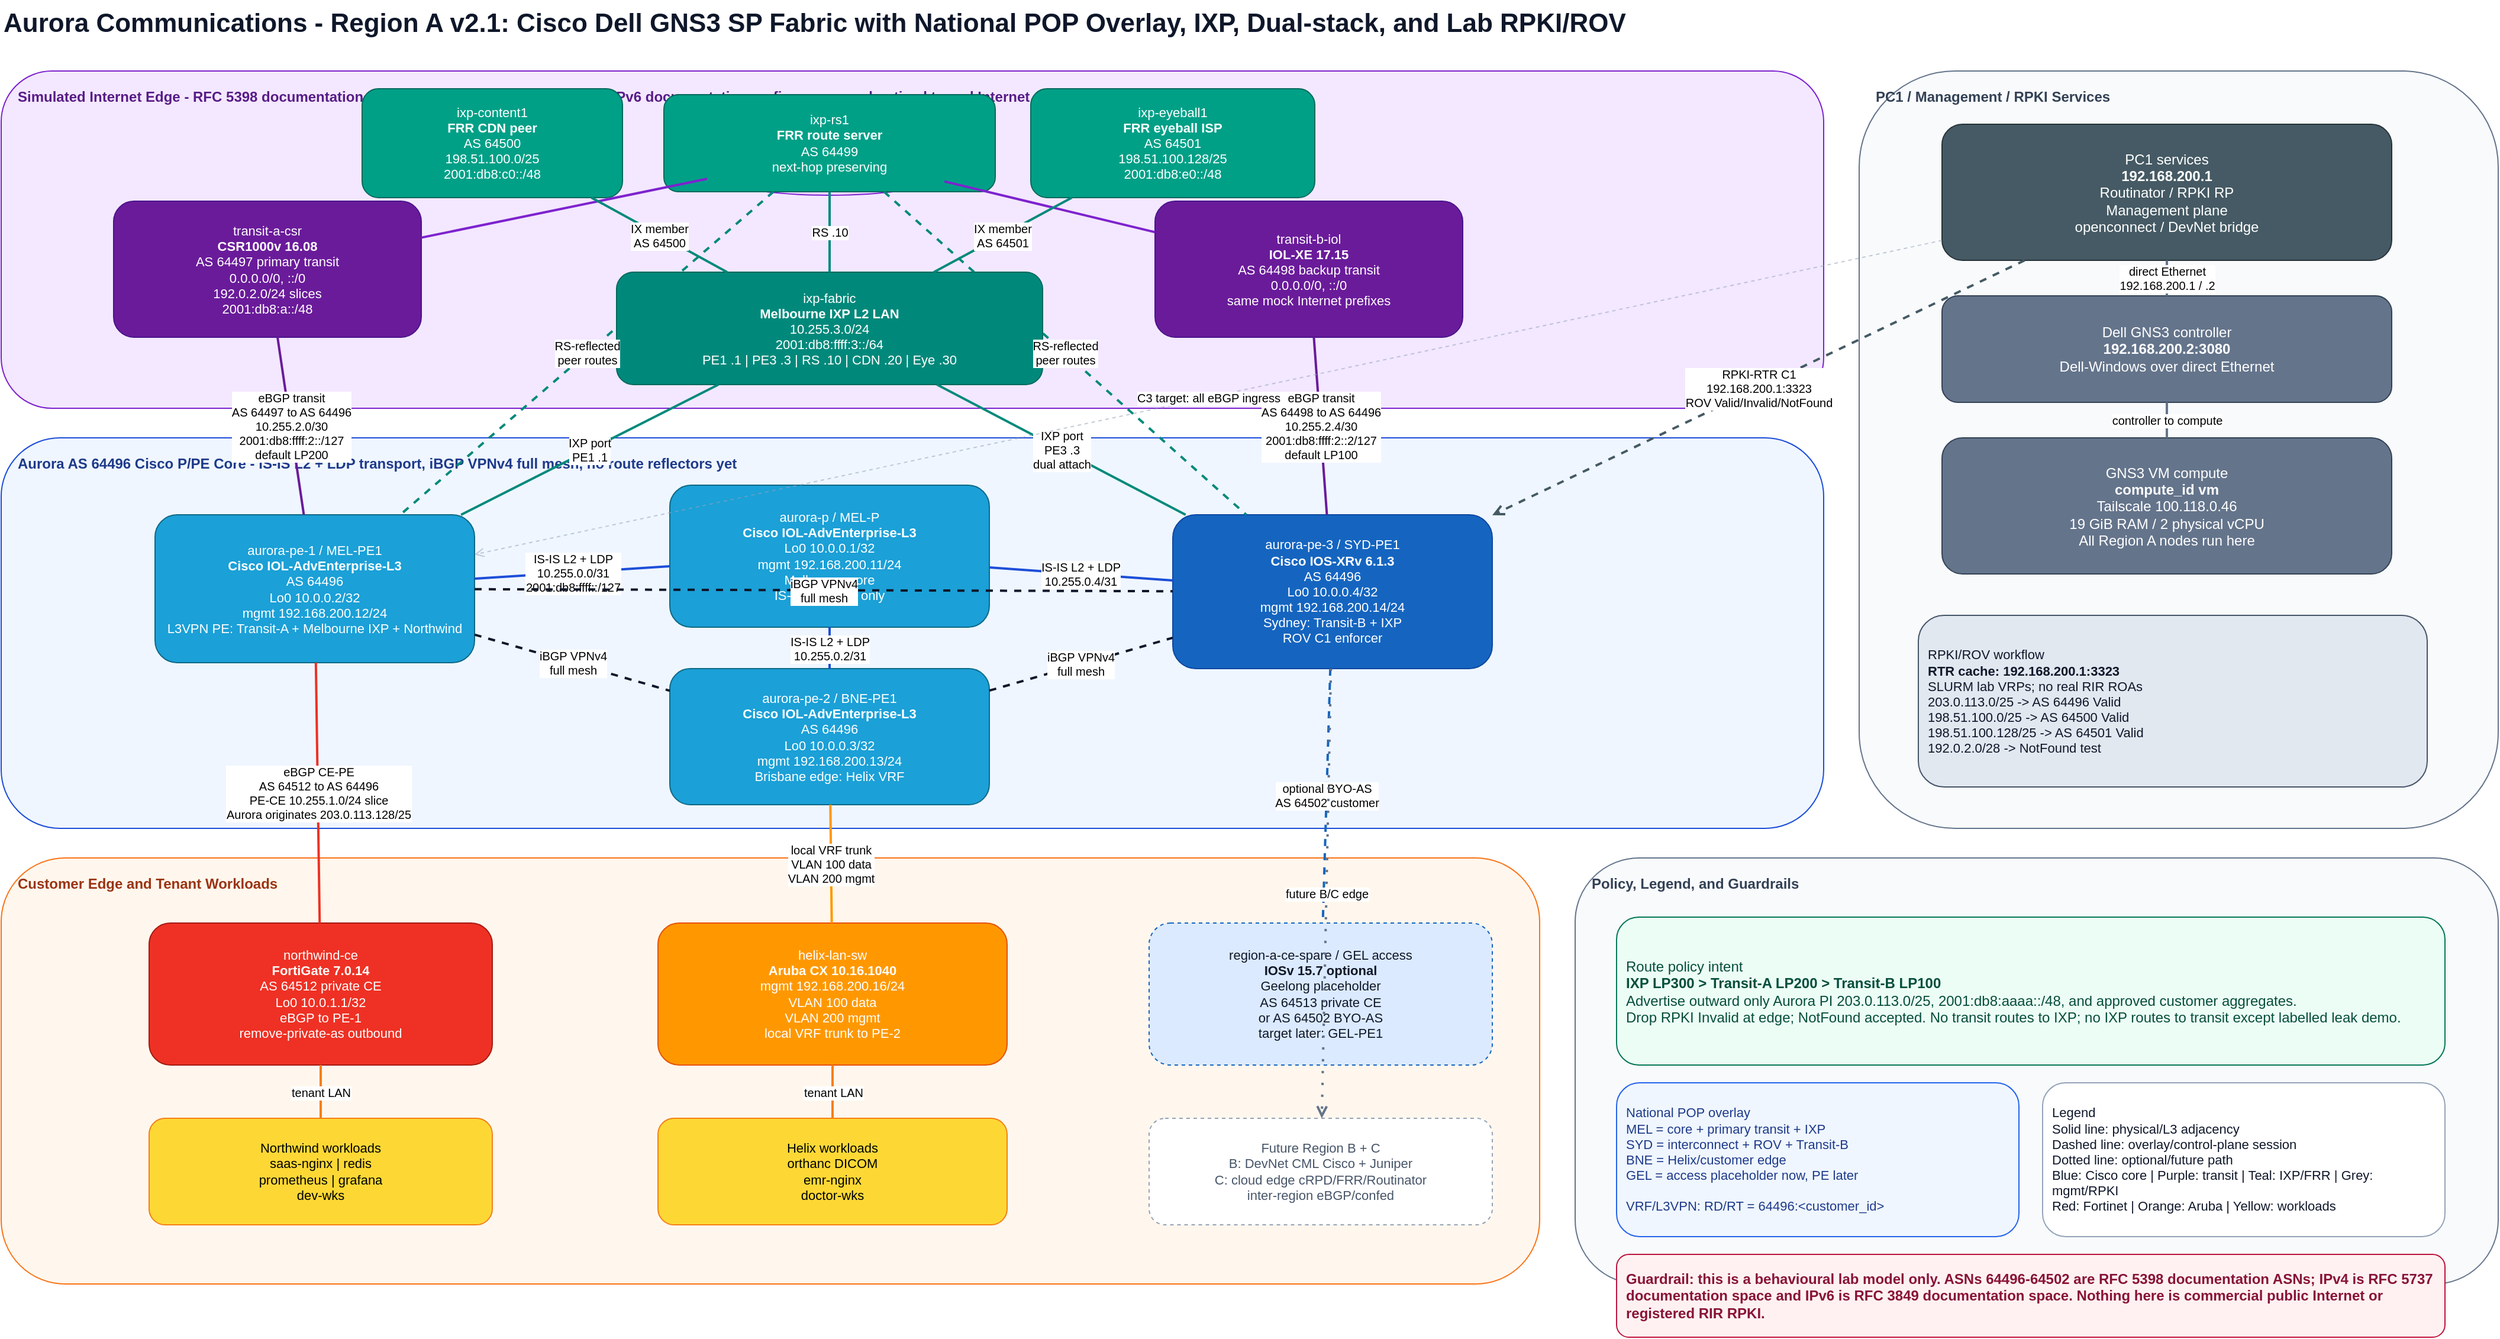
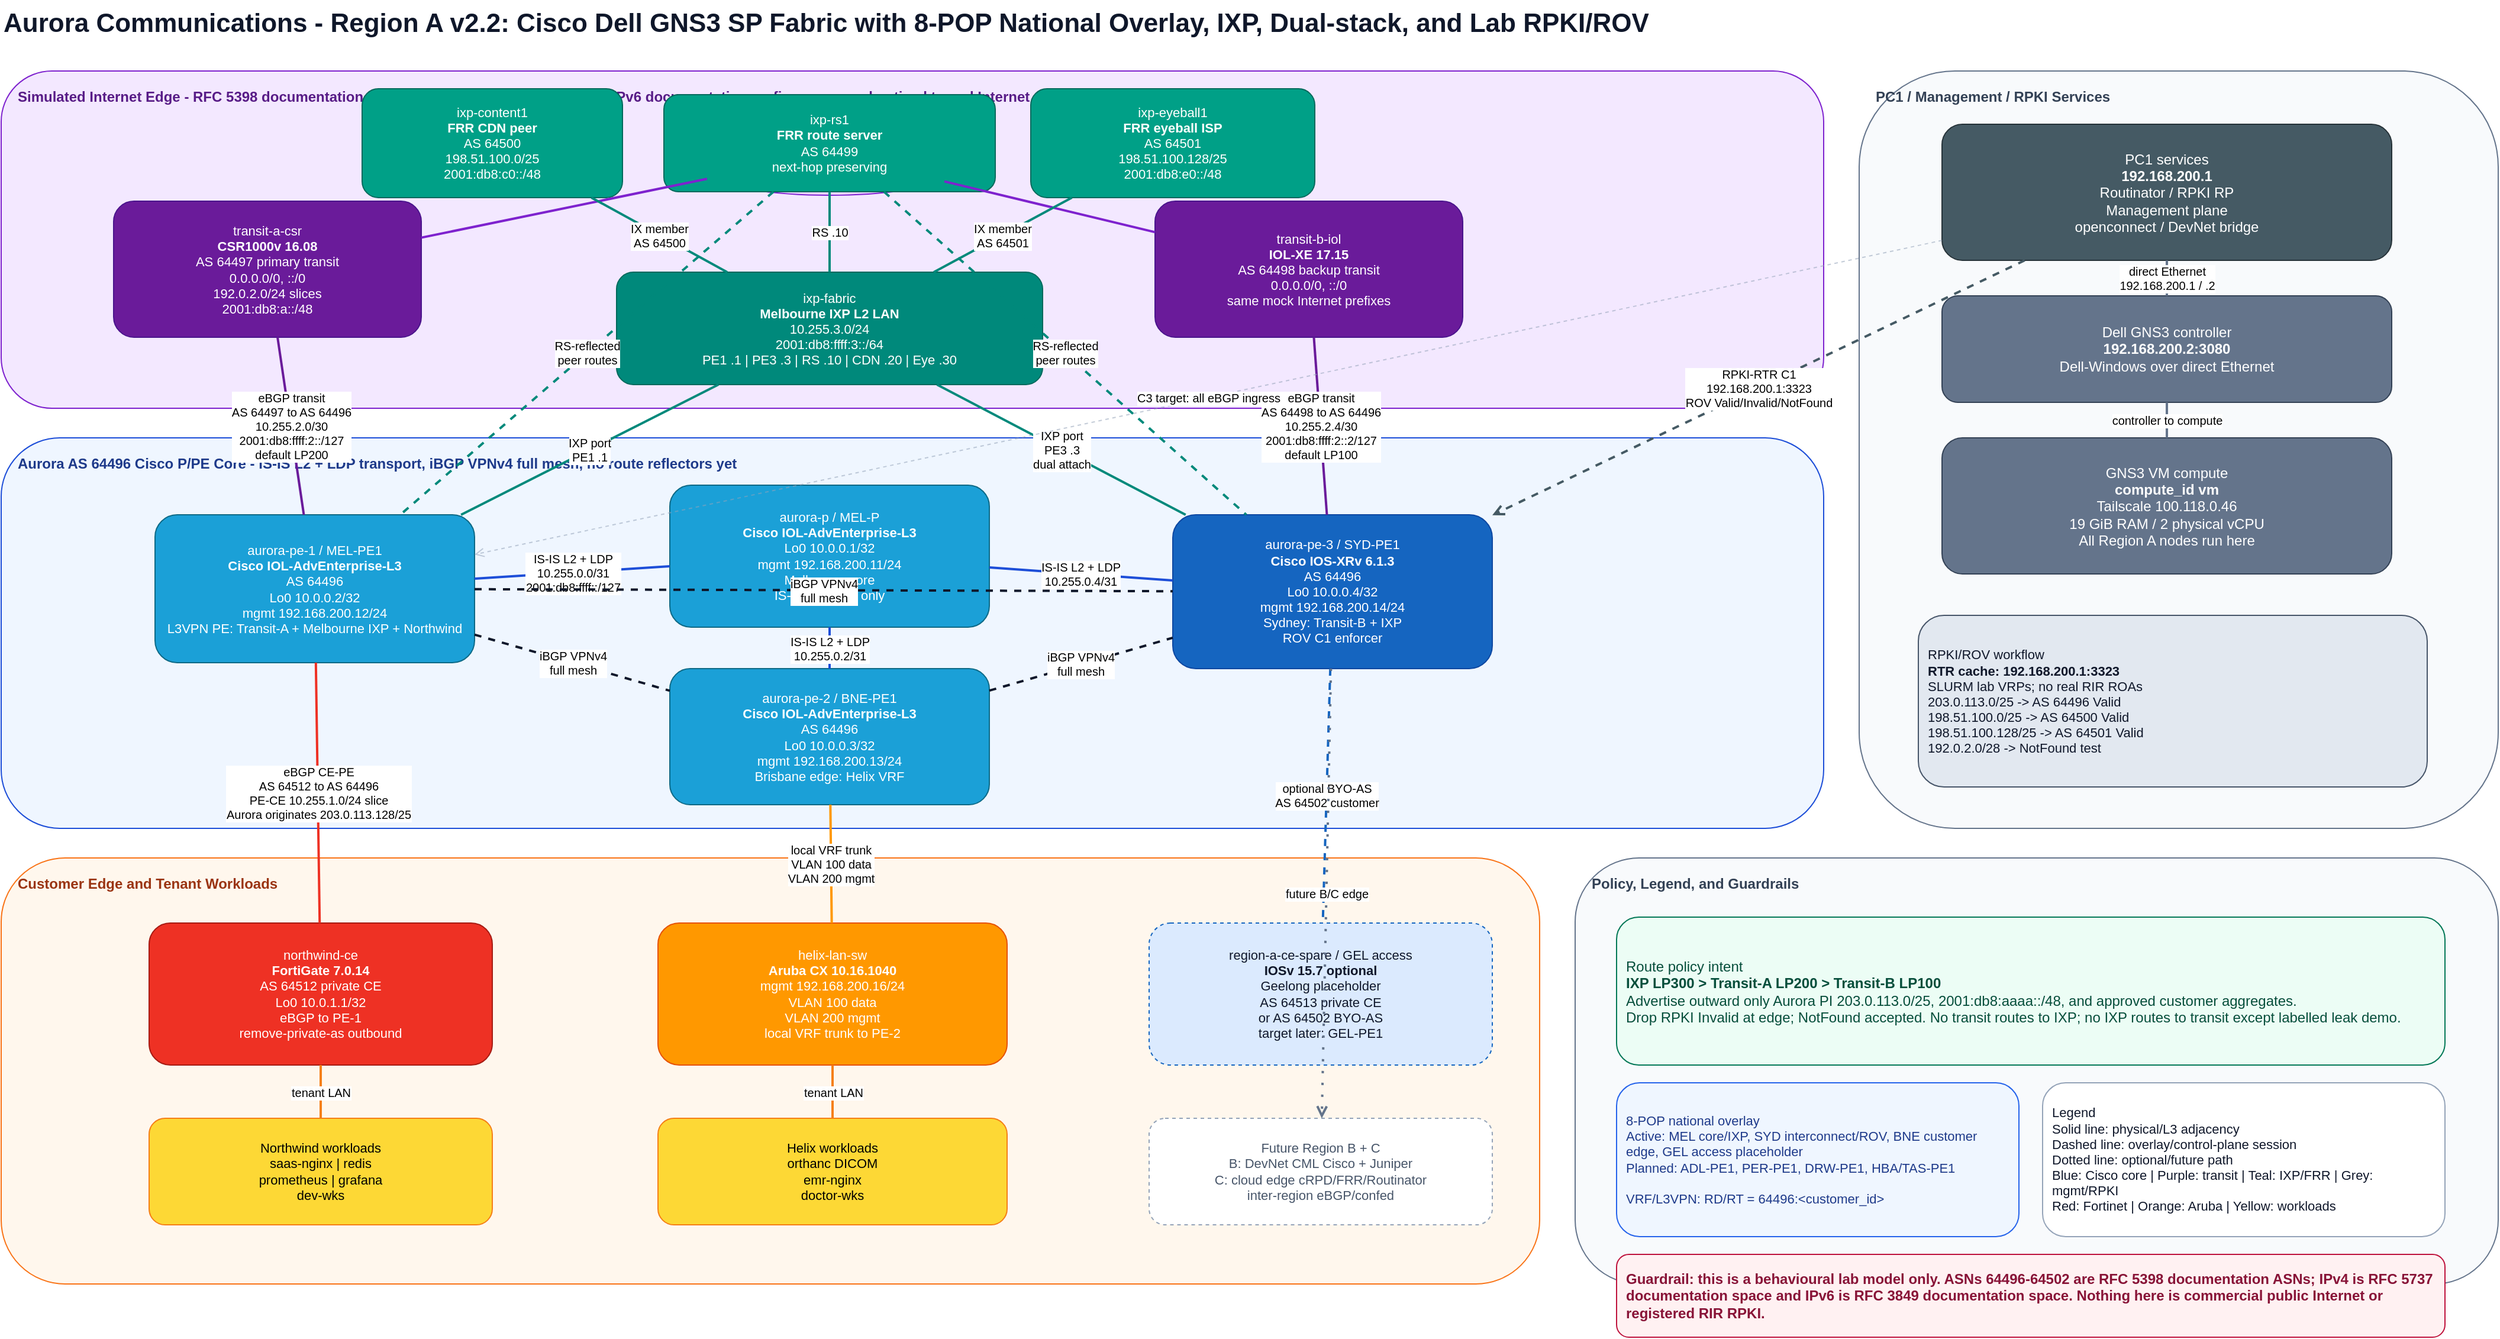
<mxfile host="app.diagrams.net" modified="2026-06-10T00:00:00.000Z" agent="Codex" version="24.7.17" type="device">
-   <diagram id="region-a-v21" name="Region A v2.1">
+   <diagram id="region-a-v22" name="Region A v2.2">
    <mxGraphModel dx="2200" dy="1300" grid="1" gridSize="10" guides="1" tooltips="1" connect="1" arrows="1" fold="1" page="1" pageScale="1" pageWidth="2200" pageHeight="1280" math="0" shadow="0">
      <root>
        <mxCell id="0" />
        <mxCell id="1" parent="0" />
-         <mxCell id="title" value="Aurora Communications - Region A v2.1: Cisco Dell GNS3 SP Fabric with National POP Overlay, IXP, Dual-stack, and Lab RPKI/ROV" style="text;html=1;strokeColor=none;fillColor=none;align=left;verticalAlign=middle;whiteSpace=wrap;rounded=0;fontSize=22;fontStyle=1;fontColor=#0f172a;" vertex="1" parent="1">
+         <mxCell id="title" value="Aurora Communications - Region A v2.2: Cisco Dell GNS3 SP Fabric with 8-POP National Overlay, IXP, Dual-stack, and Lab RPKI/ROV" style="text;html=1;strokeColor=none;fillColor=none;align=left;verticalAlign=middle;whiteSpace=wrap;rounded=0;fontSize=22;fontStyle=1;fontColor=#0f172a;" vertex="1" parent="1">
          <mxGeometry x="40" y="20" width="2100" height="40" as="geometry" />
        </mxCell>
        <mxCell id="inet-bg" value="Simulated Internet Edge - RFC 5398 documentation ASNs, RFC 5737 IPv4 and RFC 3849 IPv6 documentation prefixes; never advertised to real Internet" style="rounded=1;whiteSpace=wrap;html=1;fillColor=#f3e8ff;strokeColor=#7e22ce;fontColor=#581c87;fontStyle=1;align=left;verticalAlign=top;spacingTop=8;spacingLeft=12;" vertex="1" parent="1">
          <mxGeometry x="40" y="80" width="1540" height="285" as="geometry" />
        </mxCell>
        <mxCell id="core-bg" value="Aurora AS 64496 Cisco P/PE Core - IS-IS L2 + LDP transport, iBGP VPNv4 full mesh, no route reflectors yet" style="rounded=1;whiteSpace=wrap;html=1;fillColor=#eff6ff;strokeColor=#1d4ed8;fontColor=#1e3a8a;fontStyle=1;align=left;verticalAlign=top;spacingTop=8;spacingLeft=12;" vertex="1" parent="1">
          <mxGeometry x="40" y="390" width="1540" height="330" as="geometry" />
        </mxCell>
        <mxCell id="cust-bg" value="Customer Edge and Tenant Workloads" style="rounded=1;whiteSpace=wrap;html=1;fillColor=#fff7ed;strokeColor=#f97316;fontColor=#9a3412;fontStyle=1;align=left;verticalAlign=top;spacingTop=8;spacingLeft=12;" vertex="1" parent="1">
          <mxGeometry x="40" y="745" width="1300" height="360" as="geometry" />
        </mxCell>
        <mxCell id="mgmt-bg" value="PC1 / Management / RPKI Services" style="rounded=1;whiteSpace=wrap;html=1;fillColor=#f8fafc;strokeColor=#64748b;fontColor=#334155;fontStyle=1;align=left;verticalAlign=top;spacingTop=8;spacingLeft=12;" vertex="1" parent="1">
          <mxGeometry x="1610" y="80" width="540" height="640" as="geometry" />
        </mxCell>
        <mxCell id="notes-bg" value="Policy, Legend, and Guardrails" style="rounded=1;whiteSpace=wrap;html=1;fillColor=#f8fafc;strokeColor=#64748b;fontColor=#334155;fontStyle=1;align=left;verticalAlign=top;spacingTop=8;spacingLeft=12;" vertex="1" parent="1">
          <mxGeometry x="1370" y="745" width="780" height="360" as="geometry" />
        </mxCell>

        <mxCell id="sim-internet" value="Simulated Internet&lt;br&gt;&lt;font style=&quot;font-size: 10px;&quot;&gt;default + mock Internet prefixes&lt;/font&gt;" style="ellipse;whiteSpace=wrap;html=1;fillColor=#e9d5ff;strokeColor=#7e22ce;fontColor=#3b0764;fontStyle=1;" vertex="1" parent="1">
          <mxGeometry x="610" y="115" width="260" height="70" as="geometry" />
        </mxCell>
        <mxCell id="transit-a" value="transit-a-csr&lt;br&gt;&lt;b&gt;CSR1000v 16.08&lt;/b&gt;&lt;br&gt;AS 64497 primary transit&lt;br&gt;0.0.0.0/0, ::/0&lt;br&gt;192.0.2.0/24 slices&lt;br&gt;2001:db8:a::/48" style="rounded=1;whiteSpace=wrap;html=1;fillColor=#6a1b9a;strokeColor=#4a148c;fontColor=#ffffff;fontSize=11;spacing=4;" vertex="1" parent="1">
          <mxGeometry x="135" y="190" width="260" height="115" as="geometry" />
        </mxCell>
        <mxCell id="transit-b" value="transit-b-iol&lt;br&gt;&lt;b&gt;IOL-XE 17.15&lt;/b&gt;&lt;br&gt;AS 64498 backup transit&lt;br&gt;0.0.0.0/0, ::/0&lt;br&gt;same mock Internet prefixes" style="rounded=1;whiteSpace=wrap;html=1;fillColor=#6a1b9a;strokeColor=#4a148c;fontColor=#ffffff;fontSize=11;spacing=4;" vertex="1" parent="1">
          <mxGeometry x="1015" y="190" width="260" height="115" as="geometry" />
        </mxCell>
        <mxCell id="ixp-fabric" value="ixp-fabric&lt;br&gt;&lt;b&gt;Melbourne IXP L2 LAN&lt;/b&gt;&lt;br&gt;10.255.3.0/24&lt;br&gt;2001:db8:ffff:3::/64&lt;br&gt;PE1 .1 | PE3 .3 | RS .10 | CDN .20 | Eye .30" style="rounded=1;whiteSpace=wrap;html=1;fillColor=#00897b;strokeColor=#00695c;fontColor=#ffffff;fontSize=11;spacing=4;" vertex="1" parent="1">
          <mxGeometry x="560" y="250" width="360" height="95" as="geometry" />
        </mxCell>
        <mxCell id="ixp-rs" value="ixp-rs1&lt;br&gt;&lt;b&gt;FRR route server&lt;/b&gt;&lt;br&gt;AS 64499&lt;br&gt;next-hop preserving" style="rounded=1;whiteSpace=wrap;html=1;fillColor=#00a087;strokeColor=#00695c;fontColor=#ffffff;fontSize=11;spacing=4;" vertex="1" parent="1">
          <mxGeometry x="600" y="100" width="280" height="82" as="geometry" />
        </mxCell>
        <mxCell id="ixp-content" value="ixp-content1&lt;br&gt;&lt;b&gt;FRR CDN peer&lt;/b&gt;&lt;br&gt;AS 64500&lt;br&gt;198.51.100.0/25&lt;br&gt;2001:db8:c0::/48" style="rounded=1;whiteSpace=wrap;html=1;fillColor=#00a087;strokeColor=#00695c;fontColor=#ffffff;fontSize=11;spacing=4;" vertex="1" parent="1">
          <mxGeometry x="345" y="95" width="220" height="92" as="geometry" />
        </mxCell>
        <mxCell id="ixp-eyeball" value="ixp-eyeball1&lt;br&gt;&lt;b&gt;FRR eyeball ISP&lt;/b&gt;&lt;br&gt;AS 64501&lt;br&gt;198.51.100.128/25&lt;br&gt;2001:db8:e0::/48" style="rounded=1;whiteSpace=wrap;html=1;fillColor=#00a087;strokeColor=#00695c;fontColor=#ffffff;fontSize=11;spacing=4;" vertex="1" parent="1">
          <mxGeometry x="910" y="95" width="240" height="92" as="geometry" />
        </mxCell>

        <mxCell id="pe1" value="aurora-pe-1 / MEL-PE1&lt;br&gt;&lt;b&gt;Cisco IOL-AdvEnterprise-L3&lt;/b&gt;&lt;br&gt;AS 64496&lt;br&gt;Lo0 10.0.0.2/32&lt;br&gt;mgmt 192.168.200.12/24&lt;br&gt;L3VPN PE: Transit-A + Melbourne IXP + Northwind" style="rounded=1;whiteSpace=wrap;html=1;fillColor=#1ba0d7;strokeColor=#0d6986;fontColor=#ffffff;fontSize=11;spacing=4;" vertex="1" parent="1">
          <mxGeometry x="170" y="455" width="270" height="125" as="geometry" />
        </mxCell>
        <mxCell id="pe2" value="aurora-pe-2 / BNE-PE1&lt;br&gt;&lt;b&gt;Cisco IOL-AdvEnterprise-L3&lt;/b&gt;&lt;br&gt;AS 64496&lt;br&gt;Lo0 10.0.0.3/32&lt;br&gt;mgmt 192.168.200.13/24&lt;br&gt;Brisbane edge: Helix VRF" style="rounded=1;whiteSpace=wrap;html=1;fillColor=#1ba0d7;strokeColor=#0d6986;fontColor=#ffffff;fontSize=11;spacing=4;" vertex="1" parent="1">
          <mxGeometry x="605" y="585" width="270" height="115" as="geometry" />
        </mxCell>
        <mxCell id="pe3" value="aurora-pe-3 / SYD-PE1&lt;br&gt;&lt;b&gt;Cisco IOS-XRv 6.1.3&lt;/b&gt;&lt;br&gt;AS 64496&lt;br&gt;Lo0 10.0.0.4/32&lt;br&gt;mgmt 192.168.200.14/24&lt;br&gt;Sydney: Transit-B + IXP&lt;br&gt;ROV C1 enforcer" style="rounded=1;whiteSpace=wrap;html=1;fillColor=#1565c0;strokeColor=#0d47a1;fontColor=#ffffff;fontSize=11;spacing=4;" vertex="1" parent="1">
          <mxGeometry x="1030" y="455" width="270" height="130" as="geometry" />
        </mxCell>
        <mxCell id="aurora-p" value="aurora-p / MEL-P&lt;br&gt;&lt;b&gt;Cisco IOL-AdvEnterprise-L3&lt;/b&gt;&lt;br&gt;Lo0 10.0.0.1/32&lt;br&gt;mgmt 192.168.200.11/24&lt;br&gt;Melbourne core&lt;br&gt;IS-IS L2 / LDP only" style="rounded=1;whiteSpace=wrap;html=1;fillColor=#1ba0d7;strokeColor=#0d6986;fontColor=#ffffff;fontSize=11;spacing=4;" vertex="1" parent="1">
          <mxGeometry x="605" y="430" width="270" height="120" as="geometry" />
        </mxCell>

        <mxCell id="northwind-ce" value="northwind-ce&lt;br&gt;&lt;b&gt;FortiGate 7.0.14&lt;/b&gt;&lt;br&gt;AS 64512 private CE&lt;br&gt;Lo0 10.0.1.1/32&lt;br&gt;eBGP to PE-1&lt;br&gt;remove-private-as outbound" style="rounded=1;whiteSpace=wrap;html=1;fillColor=#ee3124;strokeColor=#a61b13;fontColor=#ffffff;fontSize=11;spacing=4;" vertex="1" parent="1">
          <mxGeometry x="165" y="800" width="290" height="120" as="geometry" />
        </mxCell>
        <mxCell id="northwind-workloads" value="Northwind workloads&lt;br&gt;saas-nginx | redis&lt;br&gt;prometheus | grafana&lt;br&gt;dev-wks" style="rounded=1;whiteSpace=wrap;html=1;fillColor=#fdd835;strokeColor=#f57f17;fontColor=#000000;fontSize=11;spacing=4;" vertex="1" parent="1">
          <mxGeometry x="165" y="965" width="290" height="90" as="geometry" />
        </mxCell>
        <mxCell id="helix-lan" value="helix-lan-sw&lt;br&gt;&lt;b&gt;Aruba CX 10.16.1040&lt;/b&gt;&lt;br&gt;mgmt 192.168.200.16/24&lt;br&gt;VLAN 100 data&lt;br&gt;VLAN 200 mgmt&lt;br&gt;local VRF trunk to PE-2" style="rounded=1;whiteSpace=wrap;html=1;fillColor=#ff9800;strokeColor=#e65100;fontColor=#ffffff;fontSize=11;spacing=4;" vertex="1" parent="1">
          <mxGeometry x="595" y="800" width="295" height="120" as="geometry" />
        </mxCell>
        <mxCell id="helix-workloads" value="Helix workloads&lt;br&gt;orthanc DICOM&lt;br&gt;emr-nginx&lt;br&gt;doctor-wks" style="rounded=1;whiteSpace=wrap;html=1;fillColor=#fdd835;strokeColor=#f57f17;fontColor=#000000;fontSize=11;spacing=4;" vertex="1" parent="1">
          <mxGeometry x="595" y="965" width="295" height="90" as="geometry" />
        </mxCell>
        <mxCell id="spare-ce" value="region-a-ce-spare / GEL access&lt;br&gt;&lt;b&gt;IOSv 15.7 optional&lt;/b&gt;&lt;br&gt;Geelong placeholder&lt;br&gt;AS 64513 private CE&lt;br&gt;or AS 64502 BYO-AS&lt;br&gt;target later: GEL-PE1" style="rounded=1;whiteSpace=wrap;html=1;dashed=1;fillColor=#dbeafe;strokeColor=#1565c0;fontColor=#0f172a;fontSize=11;spacing=4;" vertex="1" parent="1">
          <mxGeometry x="1010" y="800" width="290" height="120" as="geometry" />
        </mxCell>
        <mxCell id="region-b-future" value="Future Region B + C&lt;br&gt;B: DevNet CML Cisco + Juniper&lt;br&gt;C: cloud edge cRPD/FRR/Routinator&lt;br&gt;inter-region eBGP/confed" style="rounded=1;whiteSpace=wrap;html=1;dashed=1;fillColor=#ffffff;strokeColor=#94a3b8;fontColor=#475569;fontSize=11;spacing=4;" vertex="1" parent="1">
          <mxGeometry x="1010" y="965" width="290" height="90" as="geometry" />
        </mxCell>

        <mxCell id="pc1" value="PC1 services&lt;br&gt;&lt;b&gt;192.168.200.1&lt;/b&gt;&lt;br&gt;Routinator / RPKI RP&lt;br&gt;Management plane&lt;br&gt;openconnect / DevNet bridge" style="rounded=1;whiteSpace=wrap;html=1;fillColor=#455a64;strokeColor=#263238;fontColor=#ffffff;fontSize=12;spacing=5;" vertex="1" parent="1">
          <mxGeometry x="1680" y="125" width="380" height="115" as="geometry" />
        </mxCell>
        <mxCell id="dell-controller" value="Dell GNS3 controller&lt;br&gt;&lt;b&gt;192.168.200.2:3080&lt;/b&gt;&lt;br&gt;Dell-Windows over direct Ethernet" style="rounded=1;whiteSpace=wrap;html=1;fillColor=#64748b;strokeColor=#334155;fontColor=#ffffff;fontSize=12;spacing=5;" vertex="1" parent="1">
          <mxGeometry x="1680" y="270" width="380" height="90" as="geometry" />
        </mxCell>
        <mxCell id="gns3vm" value="GNS3 VM compute&lt;br&gt;&lt;b&gt;compute_id vm&lt;/b&gt;&lt;br&gt;Tailscale 100.118.0.46&lt;br&gt;19 GiB RAM / 2 physical vCPU&lt;br&gt;All Region A nodes run here" style="rounded=1;whiteSpace=wrap;html=1;fillColor=#64748b;strokeColor=#334155;fontColor=#ffffff;fontSize=12;spacing=5;" vertex="1" parent="1">
          <mxGeometry x="1680" y="390" width="380" height="115" as="geometry" />
        </mxCell>
        <mxCell id="rpki-vrps" value="RPKI/ROV workflow&lt;br&gt;&lt;b&gt;RTR cache: 192.168.200.1:3323&lt;/b&gt;&lt;br&gt;SLURM lab VRPs; no real RIR ROAs&lt;br&gt;203.0.113.0/25 -&gt; AS 64496 Valid&lt;br&gt;198.51.100.0/25 -&gt; AS 64500 Valid&lt;br&gt;198.51.100.128/25 -&gt; AS 64501 Valid&lt;br&gt;192.0.2.0/28 -&gt; NotFound test" style="rounded=1;whiteSpace=wrap;html=1;fillColor=#e2e8f0;strokeColor=#475569;fontColor=#0f172a;fontSize=11;align=left;spacing=8;" vertex="1" parent="1">
          <mxGeometry x="1660" y="540" width="430" height="145" as="geometry" />
        </mxCell>

        <mxCell id="policy-note" value="Route policy intent&lt;br&gt;&lt;b&gt;IXP LP300 &amp;gt; Transit-A LP200 &amp;gt; Transit-B LP100&lt;/b&gt;&lt;br&gt;Advertise outward only Aurora PI 203.0.113.0/25, 2001:db8:aaaa::/48, and approved customer aggregates.&lt;br&gt;Drop RPKI Invalid at edge; NotFound accepted. No transit routes to IXP; no IXP routes to transit except labelled leak demo." style="rounded=1;whiteSpace=wrap;html=1;fillColor=#ecfdf5;strokeColor=#047857;fontColor=#064e3b;fontSize=12;align=left;spacing=8;" vertex="1" parent="1">
          <mxGeometry x="1405" y="795" width="700" height="125" as="geometry" />
        </mxCell>
-         <mxCell id="vprn-note" value="National POP overlay&lt;br&gt;MEL = core + primary transit + IXP&lt;br&gt;SYD = interconnect + ROV + Transit-B&lt;br&gt;BNE = Helix/customer edge&lt;br&gt;GEL = access placeholder now, PE later&lt;br&gt;&lt;br&gt;VRF/L3VPN: RD/RT = 64496:&amp;lt;customer_id&amp;gt;" style="rounded=1;whiteSpace=wrap;html=1;fillColor=#eff6ff;strokeColor=#2563eb;fontColor=#1e3a8a;fontSize=11;align=left;spacing=8;" vertex="1" parent="1">
+         <mxCell id="vprn-note" value="8-POP national overlay&lt;br&gt;Active: MEL core/IXP, SYD interconnect/ROV, BNE customer edge, GEL access placeholder&lt;br&gt;Planned: ADL-PE1, PER-PE1, DRW-PE1, HBA/TAS-PE1&lt;br&gt;&lt;br&gt;VRF/L3VPN: RD/RT = 64496:&amp;lt;customer_id&amp;gt;" style="rounded=1;whiteSpace=wrap;html=1;fillColor=#eff6ff;strokeColor=#2563eb;fontColor=#1e3a8a;fontSize=11;align=left;spacing=8;" vertex="1" parent="1">
          <mxGeometry x="1405" y="935" width="340" height="130" as="geometry" />
        </mxCell>
        <mxCell id="legend" value="Legend&lt;br&gt;&lt;font color=&quot;#0f172a&quot;&gt;Solid line: physical/L3 adjacency&lt;br&gt;Dashed line: overlay/control-plane session&lt;br&gt;Dotted line: optional/future path&lt;br&gt;Blue: Cisco core | Purple: transit | Teal: IXP/FRR | Grey: mgmt/RPKI&lt;br&gt;Red: Fortinet | Orange: Aruba | Yellow: workloads&lt;/font&gt;" style="rounded=1;whiteSpace=wrap;html=1;fillColor=#ffffff;strokeColor=#94a3b8;fontColor=#0f172a;fontSize=11;align=left;spacing=8;" vertex="1" parent="1">
          <mxGeometry x="1765" y="935" width="340" height="130" as="geometry" />
        </mxCell>
        <mxCell id="guardrail" value="Guardrail: this is a behavioural lab model only. ASNs 64496-64502 are RFC 5398 documentation ASNs; IPv4 is RFC 5737 documentation space and IPv6 is RFC 3849 documentation space. Nothing here is commercial public Internet or registered RIR RPKI." style="rounded=1;whiteSpace=wrap;html=1;fillColor=#fff1f2;strokeColor=#be123c;fontColor=#881337;fontSize=12;fontStyle=1;align=left;spacing=8;" vertex="1" parent="1">
          <mxGeometry x="1405" y="1080" width="700" height="70" as="geometry" />
        </mxCell>

        <mxCell id="e-sim-ta" value="" style="endArrow=none;html=1;rounded=0;strokeWidth=2;strokeColor=#7e22ce;" edge="1" parent="1" source="sim-internet" target="transit-a">
          <mxGeometry relative="1" as="geometry" />
        </mxCell>
        <mxCell id="e-sim-tb" value="" style="endArrow=none;html=1;rounded=0;strokeWidth=2;strokeColor=#7e22ce;" edge="1" parent="1" source="sim-internet" target="transit-b">
          <mxGeometry relative="1" as="geometry" />
        </mxCell>
        <mxCell id="e-content-ixp" value="IX member&lt;br&gt;AS 64500" style="endArrow=none;html=1;rounded=0;strokeWidth=2;strokeColor=#00897b;fontSize=10;" edge="1" parent="1" source="ixp-content" target="ixp-fabric">
          <mxGeometry relative="1" as="geometry" />
        </mxCell>
        <mxCell id="e-rs-ixp" value="RS .10" style="endArrow=none;html=1;rounded=0;strokeWidth=2;strokeColor=#00897b;fontSize=10;" edge="1" parent="1" source="ixp-rs" target="ixp-fabric">
          <mxGeometry relative="1" as="geometry" />
        </mxCell>
        <mxCell id="e-eye-ixp" value="IX member&lt;br&gt;AS 64501" style="endArrow=none;html=1;rounded=0;strokeWidth=2;strokeColor=#00897b;fontSize=10;" edge="1" parent="1" source="ixp-eyeball" target="ixp-fabric">
          <mxGeometry relative="1" as="geometry" />
        </mxCell>
        <mxCell id="e-rs-pe1" value="RS-reflected&lt;br&gt;peer routes" style="endArrow=none;html=1;rounded=0;dashed=1;strokeWidth=2;strokeColor=#00897b;fontSize=10;" edge="1" parent="1" source="ixp-rs" target="pe1">
          <mxGeometry relative="1" as="geometry" />
        </mxCell>
        <mxCell id="e-rs-pe3" value="RS-reflected&lt;br&gt;peer routes" style="endArrow=none;html=1;rounded=0;dashed=1;strokeWidth=2;strokeColor=#00897b;fontSize=10;" edge="1" parent="1" source="ixp-rs" target="pe3">
          <mxGeometry relative="1" as="geometry" />
        </mxCell>

        <mxCell id="e-ta-pe1" value="eBGP transit&lt;br&gt;AS 64497 to AS 64496&lt;br&gt;10.255.2.0/30&lt;br&gt;2001:db8:ffff:2::/127&lt;br&gt;default LP200" style="endArrow=none;html=1;rounded=0;strokeWidth=2;strokeColor=#6a1b9a;fontSize=10;" edge="1" parent="1" source="transit-a" target="pe1">
          <mxGeometry relative="1" as="geometry" />
        </mxCell>
        <mxCell id="e-tb-pe3" value="eBGP transit&lt;br&gt;AS 64498 to AS 64496&lt;br&gt;10.255.2.4/30&lt;br&gt;2001:db8:ffff:2::2/127&lt;br&gt;default LP100" style="endArrow=none;html=1;rounded=0;strokeWidth=2;strokeColor=#6a1b9a;fontSize=10;" edge="1" parent="1" source="transit-b" target="pe3">
          <mxGeometry relative="1" as="geometry" />
        </mxCell>
        <mxCell id="e-ixp-pe1" value="IXP port&lt;br&gt;PE1 .1" style="endArrow=none;html=1;rounded=0;strokeWidth=2;strokeColor=#00897b;fontSize=10;" edge="1" parent="1" source="ixp-fabric" target="pe1">
          <mxGeometry relative="1" as="geometry" />
        </mxCell>
        <mxCell id="e-ixp-pe3" value="IXP port&lt;br&gt;PE3 .3&lt;br&gt;dual attach" style="endArrow=none;html=1;rounded=0;strokeWidth=2;strokeColor=#00897b;fontSize=10;" edge="1" parent="1" source="ixp-fabric" target="pe3">
          <mxGeometry relative="1" as="geometry" />
        </mxCell>

        <mxCell id="e-p-pe1" value="IS-IS L2 + LDP&lt;br&gt;10.255.0.0/31&lt;br&gt;2001:db8:ffff::/127" style="endArrow=none;html=1;rounded=0;strokeWidth=2;strokeColor=#1d4ed8;fontSize=10;" edge="1" parent="1" source="aurora-p" target="pe1">
          <mxGeometry relative="1" as="geometry" />
        </mxCell>
        <mxCell id="e-p-pe2" value="IS-IS L2 + LDP&lt;br&gt;10.255.0.2/31" style="endArrow=none;html=1;rounded=0;strokeWidth=2;strokeColor=#1d4ed8;fontSize=10;" edge="1" parent="1" source="aurora-p" target="pe2">
          <mxGeometry relative="1" as="geometry" />
        </mxCell>
        <mxCell id="e-p-pe3" value="IS-IS L2 + LDP&lt;br&gt;10.255.0.4/31" style="endArrow=none;html=1;rounded=0;strokeWidth=2;strokeColor=#1d4ed8;fontSize=10;" edge="1" parent="1" source="aurora-p" target="pe3">
          <mxGeometry relative="1" as="geometry" />
        </mxCell>
        <mxCell id="e-ibgp-pe1-pe2" value="iBGP VPNv4&lt;br&gt;full mesh" style="endArrow=none;html=1;rounded=0;dashed=1;strokeWidth=2;strokeColor=#0f172a;fontSize=10;" edge="1" parent="1" source="pe1" target="pe2">
          <mxGeometry relative="1" as="geometry" />
        </mxCell>
        <mxCell id="e-ibgp-pe2-pe3" value="iBGP VPNv4&lt;br&gt;full mesh" style="endArrow=none;html=1;rounded=0;dashed=1;strokeWidth=2;strokeColor=#0f172a;fontSize=10;" edge="1" parent="1" source="pe2" target="pe3">
          <mxGeometry relative="1" as="geometry" />
        </mxCell>
        <mxCell id="e-ibgp-pe1-pe3" value="iBGP VPNv4&lt;br&gt;full mesh" style="endArrow=none;html=1;rounded=0;dashed=1;strokeWidth=2;strokeColor=#0f172a;fontSize=10;" edge="1" parent="1" source="pe1" target="pe3">
          <mxGeometry relative="1" as="geometry" />
        </mxCell>

        <mxCell id="e-pe1-nw" value="eBGP CE-PE&lt;br&gt;AS 64512 to AS 64496&lt;br&gt;PE-CE 10.255.1.0/24 slice&lt;br&gt;Aurora originates 203.0.113.128/25" style="endArrow=none;html=1;rounded=0;strokeWidth=2;strokeColor=#ee3124;fontSize=10;" edge="1" parent="1" source="pe1" target="northwind-ce">
          <mxGeometry relative="1" as="geometry" />
        </mxCell>
        <mxCell id="e-pe2-helix" value="local VRF trunk&lt;br&gt;VLAN 100 data&lt;br&gt;VLAN 200 mgmt" style="endArrow=none;html=1;rounded=0;strokeWidth=2;strokeColor=#ff9800;fontSize=10;" edge="1" parent="1" source="pe2" target="helix-lan">
          <mxGeometry relative="1" as="geometry" />
        </mxCell>
        <mxCell id="e-pe3-spare" value="optional BYO-AS&lt;br&gt;AS 64502 customer" style="endArrow=none;html=1;rounded=0;dashed=1;strokeWidth=2;strokeColor=#1565c0;fontSize=10;" edge="1" parent="1" source="pe3" target="spare-ce">
          <mxGeometry relative="1" as="geometry" />
        </mxCell>
        <mxCell id="e-spare-regionb" value="future B/C edge" style="endArrow=open;html=1;rounded=0;dashed=1;dashPattern=1 4;strokeWidth=2;strokeColor=#64748b;fontSize=10;" edge="1" parent="1" source="pe3" target="region-b-future">
          <mxGeometry relative="1" as="geometry" />
        </mxCell>
        <mxCell id="e-nw-workloads" value="tenant LAN" style="endArrow=none;html=1;rounded=0;strokeWidth=2;strokeColor=#f57f17;fontSize=10;" edge="1" parent="1" source="northwind-ce" target="northwind-workloads">
          <mxGeometry relative="1" as="geometry" />
        </mxCell>
        <mxCell id="e-helix-workloads" value="tenant LAN" style="endArrow=none;html=1;rounded=0;strokeWidth=2;strokeColor=#f57f17;fontSize=10;" edge="1" parent="1" source="helix-lan" target="helix-workloads">
          <mxGeometry relative="1" as="geometry" />
        </mxCell>

        <mxCell id="e-rpki-pe3" value="RPKI-RTR C1&lt;br&gt;192.168.200.1:3323&lt;br&gt;ROV Valid/Invalid/NotFound" style="endArrow=open;html=1;rounded=0;dashed=1;strokeWidth=2;strokeColor=#455a64;fontSize=10;" edge="1" parent="1" source="pc1" target="pe3">
          <mxGeometry relative="1" as="geometry" />
        </mxCell>
        <mxCell id="e-rpki-pe1" value="C3 target: all eBGP ingress" style="endArrow=open;html=1;rounded=0;dashed=1;strokeWidth=1;strokeColor=#94a3b8;fontSize=10;opacity=55;" edge="1" parent="1" source="pc1" target="pe1">
          <mxGeometry relative="1" as="geometry" />
        </mxCell>
        <mxCell id="e-pc1-dell" value="direct Ethernet&lt;br&gt;192.168.200.1 / .2" style="endArrow=none;html=1;rounded=0;strokeWidth=2;strokeColor=#64748b;fontSize=10;" edge="1" parent="1" source="pc1" target="dell-controller">
          <mxGeometry relative="1" as="geometry" />
        </mxCell>
        <mxCell id="e-dell-gns3" value="controller to compute" style="endArrow=none;html=1;rounded=0;strokeWidth=2;strokeColor=#64748b;fontSize=10;" edge="1" parent="1" source="dell-controller" target="gns3vm">
          <mxGeometry relative="1" as="geometry" />
        </mxCell>
      </root>
    </mxGraphModel>
  </diagram>
</mxfile>
